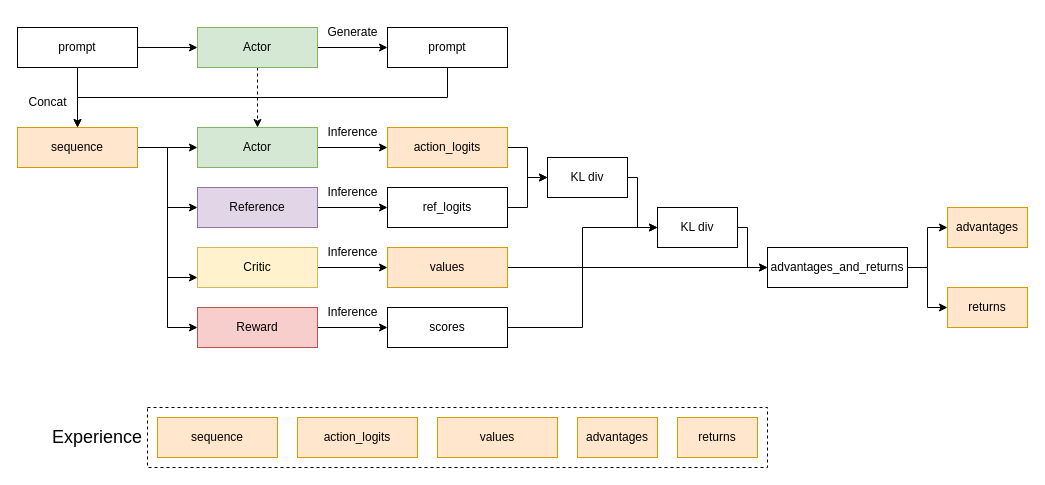
This is PPO.drawio from wuxibin89/drawio, a draw.io file, before an edit. Source tidied: cells renumbered, new cells numbered last; positions are measured from the earlier drawing's top-left corner, leaving out a move shared by most shapes. Both pictures are drawn from the tidied source at 100%, with x=0, y=0 at pixel (17, 17).
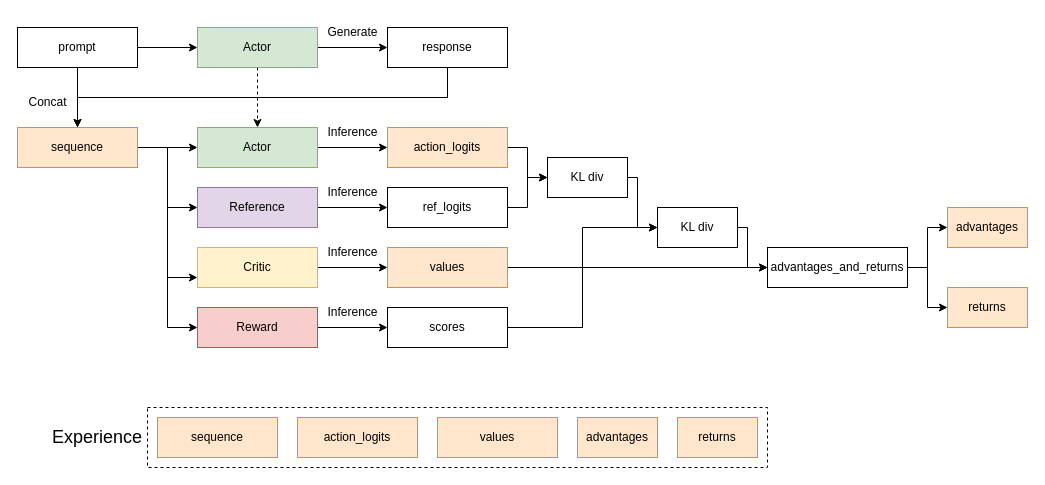
The same diagram, later.

Change to the diagram source:
```diff
@@
-    <mxCell id="10" value="prompt" style="rounded=0;whiteSpace=wrap;html=1;" parent="1" vertex="1">
+    <mxCell id="10" value="response" style="rounded=0;whiteSpace=wrap;html=1;" parent="1" vertex="1">
       <mxGeometry x="370" y="10" width="120" height="40" as="geometry" />
     </mxCell>
```
